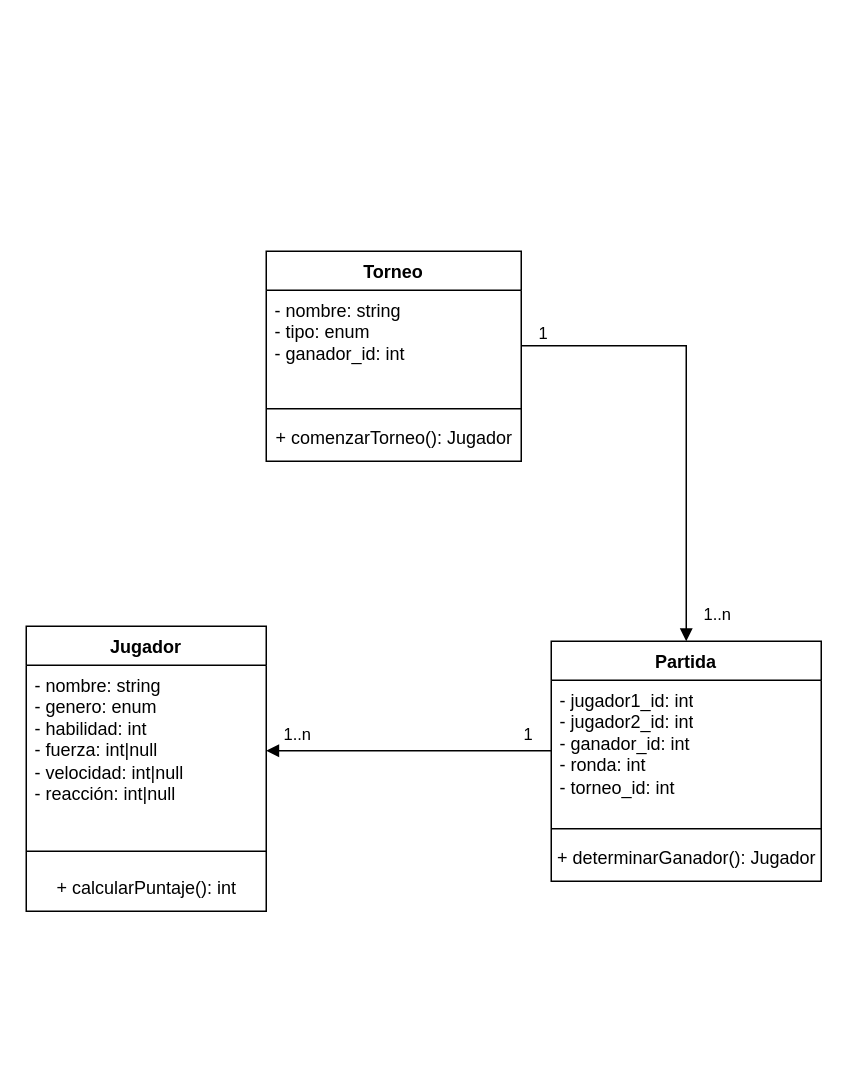
The draw.io diagram Diagrama de Clases.drawio in IgnaValdivia/TestDevBack, before the edit. Source tidied: cells renumbered, new cells numbered last; positions are measured from the earlier drawing's top-left corner, leaving out a move shared by most shapes. Both pictures are drawn from the tidied source at 150%, with x=0, y=0 at pixel (26, 250).
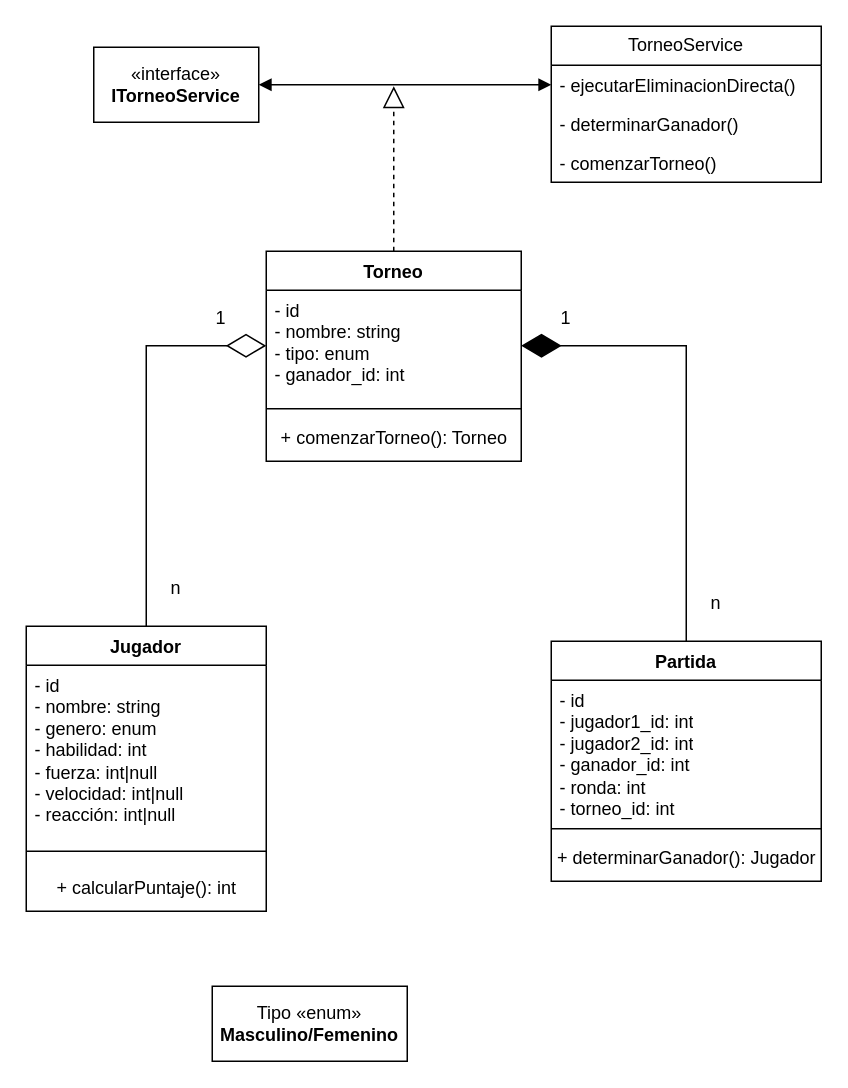
Above is the later version.

Commit message (it also covers changes not shown here):
feat: Modelar clases

The change refers to these unchanged cells:
```xml
<mxCell id="2" value="Jugador" style="swimlane;fontStyle=1;align=center;verticalAlign=top;horizontal=1;startSize=26;whiteSpace=wrap;html=1;" parent="1" vertex="1">
  <mxGeometry y="250" width="160" height="190" as="geometry" />
</mxCell>
<mxCell id="6" value="Partida" style="swimlane;fontStyle=1;align=center;verticalAlign=top;horizontal=1;startSize=26;whiteSpace=wrap;html=1;" parent="1" vertex="1">
  <mxGeometry x="350" y="260" width="180" height="160" as="geometry" />
</mxCell>
<mxCell id="10" value="Torneo" style="swimlane;fontStyle=1;align=center;verticalAlign=top;horizontal=1;startSize=26;whiteSpace=wrap;html=1;" parent="1" vertex="1">
  <mxGeometry x="160" width="170" height="140" as="geometry" />
</mxCell>
```

What changed in the source:
```diff
@@
-    <mxCell id="3" value="- nombre: string&lt;div&gt;- genero: enum&lt;/div&gt;&lt;div&gt;- habilidad: int&lt;/div&gt;&lt;div&gt;- fuerza: int|null&lt;/div&gt;&lt;div&gt;- velocidad: int|null&lt;/div&gt;&lt;div&gt;- reacción: int|null&lt;br&gt;&lt;div&gt;&lt;br&gt;&lt;/div&gt;&lt;/div&gt;" style="text;strokeColor=none;fillColor=none;align=left;verticalAlign=top;spacingLeft=4;spacingRight=4;overflow=hidden;points=[[0,0.5],[1,0.5]];portConstraint=eastwest;whiteSpace=wrap;html=1;" parent="2" vertex="1">
+    <mxCell id="3" value="&lt;div&gt;- id&lt;/div&gt;- nombre: string&lt;div&gt;- genero: enum&lt;/div&gt;&lt;div&gt;- habilidad: int&lt;/div&gt;&lt;div&gt;- fuerza: int|null&lt;/div&gt;&lt;div&gt;- velocidad: int|null&lt;/div&gt;&lt;div&gt;- reacción: int|null&lt;br&gt;&lt;div&gt;&lt;br&gt;&lt;/div&gt;&lt;/div&gt;" style="text;strokeColor=none;fillColor=none;align=left;verticalAlign=top;spacingLeft=4;spacingRight=4;overflow=hidden;points=[[0,0.5],[1,0.5]];portConstraint=eastwest;whiteSpace=wrap;html=1;" parent="2" vertex="1">
       <mxGeometry y="26" width="160" height="114" as="geometry" />
     </mxCell>
@@
-    <mxCell id="7" value="- jugador1_id: int&lt;div&gt;- jugador2_id: int&lt;/div&gt;&lt;div&gt;- ganador_id: int&lt;/div&gt;&lt;div&gt;- ronda: int&lt;/div&gt;&lt;div&gt;- torneo_id: int&lt;/div&gt;&lt;div&gt;&lt;div&gt;&lt;br&gt;&lt;/div&gt;&lt;/div&gt;" style="text;strokeColor=none;fillColor=none;align=left;verticalAlign=top;spacingLeft=4;spacingRight=4;overflow=hidden;points=[[0,0.5],[1,0.5]];portConstraint=eastwest;whiteSpace=wrap;html=1;" parent="6" vertex="1">
+    <mxCell id="7" value="&lt;div&gt;- id&lt;/div&gt;- jugador1_id: int&lt;div&gt;- jugador2_id: int&lt;/div&gt;&lt;div&gt;- ganador_id: int&lt;/div&gt;&lt;div&gt;- ronda: int&lt;/div&gt;&lt;div&gt;- torneo_id: int&lt;/div&gt;&lt;div&gt;&lt;div&gt;&lt;br&gt;&lt;/div&gt;&lt;/div&gt;" style="text;strokeColor=none;fillColor=none;align=left;verticalAlign=top;spacingLeft=4;spacingRight=4;overflow=hidden;points=[[0,0.5],[1,0.5]];portConstraint=eastwest;whiteSpace=wrap;html=1;" parent="6" vertex="1">
       <mxGeometry y="26" width="180" height="94" as="geometry" />
     </mxCell>
@@
-    <mxCell id="11" value="- nombre: string&lt;div&gt;- tipo: enum&lt;/div&gt;&lt;div&gt;- ganador_id: int&lt;/div&gt;&lt;div&gt;&lt;div&gt;&lt;br&gt;&lt;/div&gt;&lt;/div&gt;" style="text;strokeColor=none;fillColor=none;align=left;verticalAlign=top;spacingLeft=4;spacingRight=4;overflow=hidden;points=[[0,0.5],[1,0.5]];portConstraint=eastwest;whiteSpace=wrap;html=1;" parent="10" vertex="1">
+    <mxCell id="11" value="&lt;div&gt;- id&lt;/div&gt;- nombre: string&lt;div&gt;- tipo: enum&lt;/div&gt;&lt;div&gt;- ganador_id: int&lt;/div&gt;&lt;div&gt;&lt;div&gt;&lt;br&gt;&lt;/div&gt;&lt;/div&gt;" style="text;strokeColor=none;fillColor=none;align=left;verticalAlign=top;spacingLeft=4;spacingRight=4;overflow=hidden;points=[[0,0.5],[1,0.5]];portConstraint=eastwest;whiteSpace=wrap;html=1;" parent="10" vertex="1">
       <mxGeometry y="26" width="170" height="74" as="geometry" />
     </mxCell>
@@
-    <mxCell id="13" value="+ comenzarTorneo(): Jugador" style="text;html=1;align=center;verticalAlign=middle;strokeColor=none;fillColor=none;" parent="10" vertex="1">
+    <mxCell id="13" value="+ comenzarTorneo(): Torneo" style="text;html=1;align=center;verticalAlign=middle;strokeColor=none;fillColor=none;" parent="10" vertex="1">
       <mxGeometry y="110" width="170" height="30" as="geometry" />
     </mxCell>
-    <mxCell id="14" style="endArrow=block;endFill=1;html=1;edgeStyle=orthogonalEdgeStyle;align=left;verticalAlign=top;rounded=0;exitX=0;exitY=0.5;exitDx=0;exitDy=0;entryX=1;entryY=0.5;entryDx=0;entryDy=0;" parent="1" edge="1" source="7" target="3">
-      <mxGeometry x="-0.37" y="47" relative="1" as="geometry" />
-    </mxCell>
-    <mxCell id="15" value="1" style="edgeLabel;html=1;align=left;verticalAlign=bottom;" parent="14" vertex="1">
-      <mxGeometry x="-1" relative="1" as="geometry">
-        <mxPoint x="-20" y="-3" as="offset" />
-      </mxGeometry>
-    </mxCell>
-    <mxCell id="16" value="1..n" style="edgeLabel;html=1;align=left;verticalAlign=bottom;" parent="1" vertex="1">
-      <mxGeometry x="170" y="330" as="geometry" />
-    </mxCell>
-    <mxCell id="17" style="endArrow=block;endFill=1;html=1;edgeStyle=orthogonalEdgeStyle;align=left;verticalAlign=top;rounded=0;exitX=1;exitY=0.5;exitDx=0;exitDy=0;entryX=0.5;entryY=0;entryDx=0;entryDy=0;" parent="1" edge="1" source="11" target="6">
-      <mxGeometry x="-0.37" y="47" relative="1" as="geometry" />
-    </mxCell>
-    <mxCell id="18" value="1" style="edgeLabel;html=1;align=left;verticalAlign=bottom;" parent="17" vertex="1">
-      <mxGeometry x="-1" relative="1" as="geometry">
-        <mxPoint x="10" as="offset" />
-      </mxGeometry>
-    </mxCell>
-    <mxCell id="19" value="1..n" style="edgeLabel;html=1;align=left;verticalAlign=bottom;" parent="1" vertex="1">
-      <mxGeometry x="450" y="250" as="geometry" />
-    </mxCell>
+    <mxCell id="20" style="endArrow=diamondThin;endFill=0;endSize=24;html=1;rounded=0;exitX=0.5;exitY=0;exitDx=0;exitDy=0;entryX=0;entryY=0.5;entryDx=0;entryDy=0;" parent="1" edge="1" source="2" target="11">
+      <mxGeometry relative="1" as="geometry">
+        <Array as="points">
+          <mxPoint x="80" y="63" />
+        </Array>
+      </mxGeometry>
+    </mxCell>
+    <mxCell id="21" style="endArrow=diamondThin;endFill=1;endSize=24;html=1;rounded=0;exitX=0.5;exitY=0;exitDx=0;exitDy=0;entryX=1;entryY=0.5;entryDx=0;entryDy=0;" parent="1" edge="1" source="6" target="11">
+      <mxGeometry relative="1" as="geometry">
+        <Array as="points">
+          <mxPoint x="440" y="63" />
+        </Array>
+      </mxGeometry>
+    </mxCell>
+    <mxCell id="22" value="«interface»&lt;br&gt;&lt;b&gt;ITorneoService&lt;/b&gt;" style="html=1;whiteSpace=wrap;" parent="1" vertex="1">
+      <mxGeometry x="45" y="-136" width="110" height="50" as="geometry" />
+    </mxCell>
+    <mxCell id="23" value="1" style="text;html=1;align=center;verticalAlign=middle;whiteSpace=wrap;rounded=0;" parent="1" vertex="1">
+      <mxGeometry x="330" y="30" width="60" height="30" as="geometry" />
+    </mxCell>
+    <mxCell id="24" value="n" style="text;html=1;align=center;verticalAlign=middle;whiteSpace=wrap;rounded=0;" parent="1" vertex="1">
+      <mxGeometry x="430" y="220" width="60" height="30" as="geometry" />
+    </mxCell>
+    <mxCell id="25" value="1" style="text;html=1;align=center;verticalAlign=middle;whiteSpace=wrap;rounded=0;" parent="1" vertex="1">
+      <mxGeometry x="100" y="30" width="60" height="30" as="geometry" />
+    </mxCell>
+    <mxCell id="26" value="TorneoService" style="swimlane;fontStyle=0;horizontal=1;startSize=26;fillColor=none;whiteSpace=wrap;html=1;" parent="1" vertex="1">
+      <mxGeometry x="350" y="-150" width="180" height="104" as="geometry" />
+    </mxCell>
+    <mxCell id="27" value="- ejecutarEliminacionDirecta()&lt;div&gt;&lt;br&gt;&lt;/div&gt;" style="text;strokeColor=none;fillColor=none;align=left;verticalAlign=top;spacingLeft=4;spacingRight=4;overflow=hidden;points=[[0,0.5],[1,0.5]];portConstraint=eastwest;whiteSpace=wrap;html=1;" parent="26" vertex="1">
+      <mxGeometry y="26" width="180" height="26" as="geometry" />
+    </mxCell>
+    <mxCell id="28" value="- determinarGanador()" style="text;strokeColor=none;fillColor=none;align=left;verticalAlign=top;spacingLeft=4;spacingRight=4;overflow=hidden;whiteSpace=wrap;html=1;" parent="26" vertex="1">
+      <mxGeometry y="52" width="180" height="26" as="geometry" />
+    </mxCell>
+    <mxCell id="29" value="- comenzarTorneo()" style="text;strokeColor=none;fillColor=none;align=left;verticalAlign=top;spacingLeft=4;spacingRight=4;overflow=hidden;whiteSpace=wrap;html=1;" parent="26" vertex="1">
+      <mxGeometry y="78" width="180" height="26" as="geometry" />
+    </mxCell>
+    <mxCell id="30" value="n" style="text;html=1;align=center;verticalAlign=middle;whiteSpace=wrap;rounded=0;" parent="1" vertex="1">
+      <mxGeometry x="70" y="210" width="60" height="30" as="geometry" />
+    </mxCell>
+    <mxCell id="31" value="Tipo «enum»&lt;br&gt;&lt;b&gt;Masculino/Femenino&lt;/b&gt;" style="html=1;whiteSpace=wrap;" parent="1" vertex="1">
+      <mxGeometry x="124" y="490" width="130" height="50" as="geometry" />
+    </mxCell>
+    <mxCell id="32" style="endArrow=block;dashed=1;endFill=0;endSize=12;html=1;rounded=0;exitX=0.5;exitY=0;exitDx=0;exitDy=0;" parent="1" edge="1" source="10">
+      <mxGeometry relative="1" as="geometry">
+        <mxPoint x="245" y="-110" as="targetPoint" />
+      </mxGeometry>
+    </mxCell>
+    <mxCell id="33" style="endArrow=block;startArrow=block;endFill=1;startFill=1;html=1;rounded=0;entryX=0;entryY=0.5;entryDx=0;entryDy=0;exitX=1;exitY=0.5;exitDx=0;exitDy=0;" parent="1" edge="1" source="22" target="27">
+      <mxGeometry relative="1" as="geometry" />
+    </mxCell>
```
